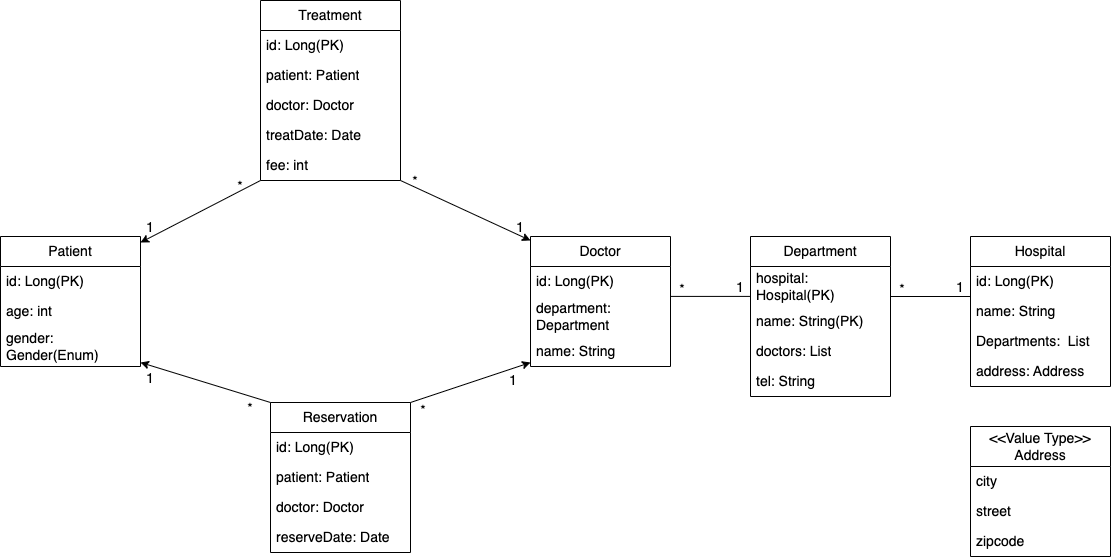
Above: hongik_hospital_entity.png in haen-su/hongik_hospital (draw.io), before the change. Source tidied: cells renumbered, new cells last; positions are measured from the earlier drawing's top-left corner, leaving out a move shared by most shapes.
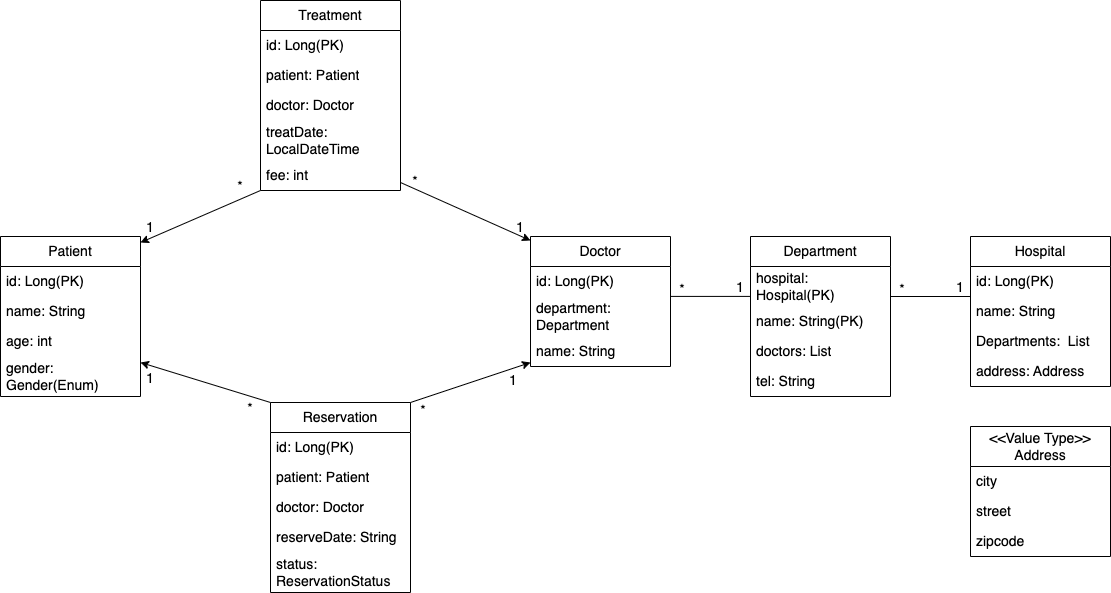
Above is the later version.

Change to the diagram source:
```diff
@@ -3,16 +3,19 @@
     <mxCell id="0" />
     <mxCell id="1" parent="0" />
     <mxCell id="2" value="Patient" style="swimlane;fontStyle=0;horizontal=1;startSize=30;whiteSpace=wrap;html=1;fontSize=14;" parent="1" vertex="1">
-      <mxGeometry y="236" width="140" height="130" as="geometry" />
+      <mxGeometry y="236" width="140" height="160" as="geometry" />
     </mxCell>
     <mxCell id="3" value="id: Long(PK)" style="text;strokeColor=none;fillColor=none;align=left;verticalAlign=middle;spacingLeft=4;spacingRight=4;overflow=hidden;whiteSpace=wrap;html=1;fontSize=14;" parent="2" vertex="1">
       <mxGeometry y="30" width="140" height="30" as="geometry" />
     </mxCell>
+    <mxCell id="53" value="name: String" style="text;strokeColor=none;fillColor=none;align=left;verticalAlign=middle;spacingLeft=4;spacingRight=4;overflow=hidden;whiteSpace=wrap;html=1;fontSize=14;" parent="2" vertex="1">
+      <mxGeometry y="60" width="140" height="30" as="geometry" />
+    </mxCell>
     <mxCell id="4" value="age: int" style="text;strokeColor=none;fillColor=none;align=left;verticalAlign=middle;spacingLeft=4;spacingRight=4;overflow=hidden;whiteSpace=wrap;html=1;fontSize=14;" parent="2" vertex="1">
-      <mxGeometry y="60" width="140" height="30" as="geometry" />
+      <mxGeometry y="90" width="140" height="30" as="geometry" />
     </mxCell>
     <mxCell id="5" value="gender: Gender(Enum)" style="text;strokeColor=none;fillColor=none;align=left;verticalAlign=middle;spacingLeft=4;spacingRight=4;overflow=hidden;whiteSpace=wrap;html=1;fontSize=14;" parent="2" vertex="1">
-      <mxGeometry y="90" width="140" height="40" as="geometry" />
+      <mxGeometry y="120" width="140" height="40" as="geometry" />
     </mxCell>
     <mxCell id="6" value="Hospital" style="swimlane;fontStyle=0;horizontal=1;startSize=30;whiteSpace=wrap;html=1;fontSize=14;" parent="1" vertex="1">
       <mxGeometry x="970" y="236" width="140" height="150" as="geometry" />
@@ -60,7 +63,7 @@
       <mxGeometry x="892" y="283" width="20" height="12" as="geometry" />
     </mxCell>
     <mxCell id="21" value="Treatment" style="swimlane;fontStyle=0;horizontal=1;startSize=30;whiteSpace=wrap;html=1;fontSize=14;" parent="1" vertex="1">
-      <mxGeometry x="260" width="140" height="180" as="geometry" />
+      <mxGeometry x="260" width="140" height="190" as="geometry" />
     </mxCell>
     <mxCell id="22" value="id: Long(PK)" style="text;strokeColor=none;fillColor=none;align=left;verticalAlign=middle;spacingLeft=4;spacingRight=4;overflow=hidden;whiteSpace=wrap;html=1;fontSize=14;" parent="21" vertex="1">
       <mxGeometry y="30" width="140" height="30" as="geometry" />
@@ -71,14 +74,14 @@
     <mxCell id="24" value="doctor: Doctor" style="text;strokeColor=none;fillColor=none;align=left;verticalAlign=middle;spacingLeft=4;spacingRight=4;overflow=hidden;whiteSpace=wrap;html=1;fontSize=14;" parent="21" vertex="1">
       <mxGeometry y="90" width="140" height="30" as="geometry" />
     </mxCell>
-    <mxCell id="25" value="treatDate: Date" style="text;strokeColor=none;fillColor=none;align=left;verticalAlign=middle;spacingLeft=4;spacingRight=4;overflow=hidden;whiteSpace=wrap;html=1;fontSize=14;" parent="21" vertex="1">
-      <mxGeometry y="120" width="140" height="30" as="geometry" />
+    <mxCell id="25" value="treatDate: LocalDateTime" style="text;strokeColor=none;fillColor=none;align=left;verticalAlign=middle;spacingLeft=4;spacingRight=4;overflow=hidden;whiteSpace=wrap;html=1;fontSize=14;" parent="21" vertex="1">
+      <mxGeometry y="120" width="140" height="40" as="geometry" />
     </mxCell>
     <mxCell id="26" value="fee: int" style="text;strokeColor=none;fillColor=none;align=left;verticalAlign=middle;spacingLeft=4;spacingRight=4;overflow=hidden;points=[[0,0.5],[1,0.5]];portConstraint=eastwest;whiteSpace=wrap;html=1;fontSize=14;" parent="21" vertex="1">
-      <mxGeometry y="150" width="140" height="30" as="geometry" />
+      <mxGeometry y="160" width="140" height="30" as="geometry" />
     </mxCell>
     <mxCell id="27" value="Reservation" style="swimlane;fontStyle=0;horizontal=1;startSize=30;whiteSpace=wrap;html=1;fontSize=14;" parent="1" vertex="1">
-      <mxGeometry x="270" y="402" width="140" height="150" as="geometry" />
+      <mxGeometry x="270" y="402" width="140" height="190" as="geometry" />
     </mxCell>
     <mxCell id="28" value="id: Long(PK)" style="text;strokeColor=none;fillColor=none;align=left;verticalAlign=middle;spacingLeft=4;spacingRight=4;overflow=hidden;whiteSpace=wrap;html=1;fontSize=14;" parent="27" vertex="1">
       <mxGeometry y="30" width="140" height="30" as="geometry" />
@@ -89,9 +92,12 @@
     <mxCell id="30" value="doctor: Doctor" style="text;strokeColor=none;fillColor=none;align=left;verticalAlign=middle;spacingLeft=4;spacingRight=4;overflow=hidden;whiteSpace=wrap;html=1;fontSize=14;" parent="27" vertex="1">
       <mxGeometry y="90" width="140" height="30" as="geometry" />
     </mxCell>
-    <mxCell id="31" value="reserveDate: Date" style="text;strokeColor=none;fillColor=none;align=left;verticalAlign=middle;spacingLeft=4;spacingRight=4;overflow=hidden;whiteSpace=wrap;html=1;fontSize=14;" parent="27" vertex="1">
+    <mxCell id="31" value="reserveDate: String" style="text;strokeColor=none;fillColor=none;align=left;verticalAlign=middle;spacingLeft=4;spacingRight=4;overflow=hidden;whiteSpace=wrap;html=1;fontSize=14;" parent="27" vertex="1">
       <mxGeometry y="120" width="140" height="30" as="geometry" />
     </mxCell>
+    <mxCell id="54" value="status: ReservationStatus" style="text;strokeColor=none;fillColor=none;align=left;verticalAlign=middle;spacingLeft=4;spacingRight=4;overflow=hidden;whiteSpace=wrap;html=1;fontSize=14;" parent="27" vertex="1">
+      <mxGeometry y="150" width="140" height="40" as="geometry" />
+    </mxCell>
     <mxCell id="32" style="endArrow=none;html=1;rounded=0;fontSize=14;" parent="1" edge="1">
       <mxGeometry x="-1" y="214" relative="1" as="geometry">
         <mxPoint x="970" y="296" as="sourcePoint" />
@@ -127,7 +133,7 @@
     </mxCell>
     <mxCell id="39" style="endArrow=classic;html=1;rounded=0;entryX=0;entryY=0;entryDx=0;entryDy=0;fontSize=14;endFill=1;" parent="1" edge="1">
       <mxGeometry relative="1" as="geometry">
-        <mxPoint x="400" y="180" as="sourcePoint" />
+        <mxPoint x="400" y="182" as="sourcePoint" />
         <mxPoint x="530" y="240" as="targetPoint" />
       </mxGeometry>
     </mxCell>
```
